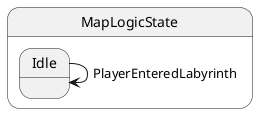
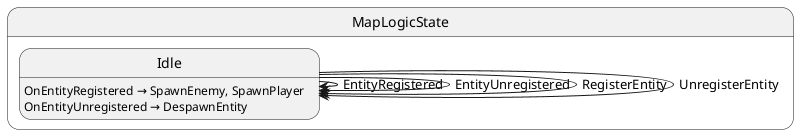
@startuml MapLogicState
state "MapLogicState" as Labyrinth_MapLogicState {
  state "Idle" as Labyrinth_MapLogicState_Idle
}

- Labyrinth_MapLogicState_Idle --> Labyrinth_MapLogicState_Idle : PlayerEnteredLabyrinth
+ Labyrinth_MapLogicState_Idle --> Labyrinth_MapLogicState_Idle : EntityRegistered
+ Labyrinth_MapLogicState_Idle --> Labyrinth_MapLogicState_Idle : EntityUnregistered
+ Labyrinth_MapLogicState_Idle --> Labyrinth_MapLogicState_Idle : RegisterEntity
+ Labyrinth_MapLogicState_Idle --> Labyrinth_MapLogicState_Idle : UnregisterEntity
+ 
+ Labyrinth_MapLogicState_Idle : OnEntityRegistered → SpawnEnemy, SpawnPlayer
+ Labyrinth_MapLogicState_Idle : OnEntityUnregistered → DespawnEntity
@enduml